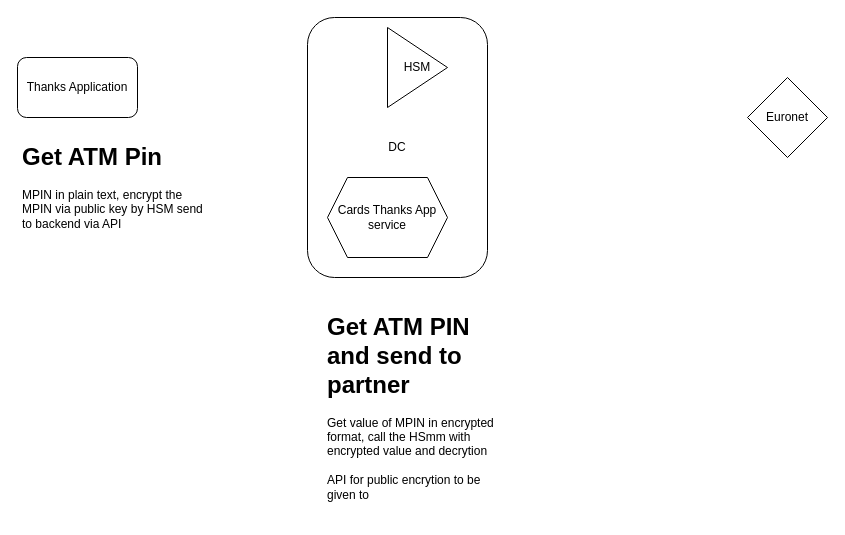
ashwiniadlakha/draw_io keeps this draw.io diagram as ZPK.drawio. Above is the earlier version. Source tidied: cells renumbered, new cells numbered last; positions are measured from the earlier drawing's top-left corner, leaving out a move shared by most shapes. Both pictures are drawn from the tidied source at 100%, with x=0, y=0 at pixel (17, 17).
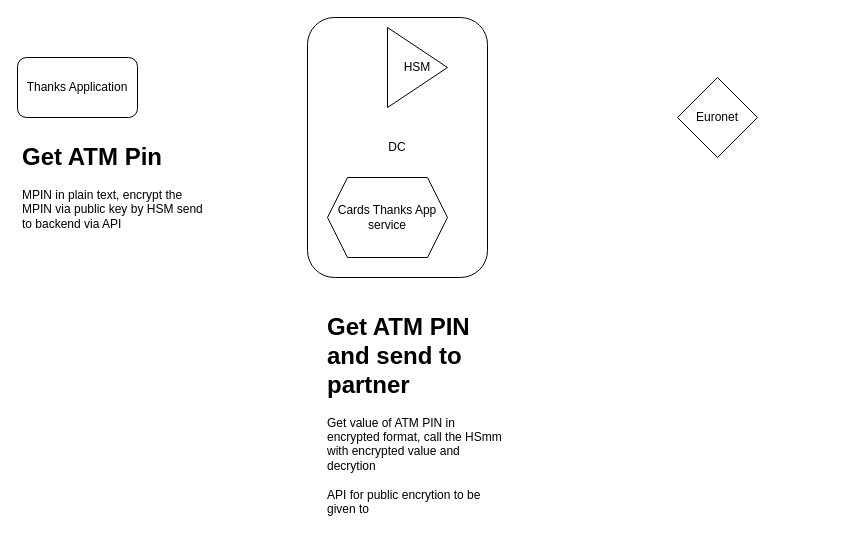
The same page after the edit.

The edit, as a diff of the source:
```diff
@@
 <mxGraphModel>
   <root>
     <mxCell id="0" />
     <mxCell id="1" parent="0" />
     <mxCell id="2" value="DC" style="rounded=1;whiteSpace=wrap;html=1;" parent="1" vertex="1">
       <mxGeometry x="290" width="180" height="260" as="geometry" />
     </mxCell>
     <mxCell id="3" value="HSM" style="triangle;whiteSpace=wrap;html=1;" parent="1" vertex="1">
       <mxGeometry x="370" y="10" width="60" height="80" as="geometry" />
     </mxCell>
     <mxCell id="4" value="Thanks Application" style="rounded=1;whiteSpace=wrap;html=1;" parent="1" vertex="1">
       <mxGeometry y="40" width="120" height="60" as="geometry" />
     </mxCell>
     <mxCell id="5" value="Euronet" style="rhombus;whiteSpace=wrap;html=1;" parent="1" vertex="1">
-      <mxGeometry x="730" y="60" width="80" height="80" as="geometry" />
+      <mxGeometry x="660" y="60" width="80" height="80" as="geometry" />
     </mxCell>
     <mxCell id="6" value="&lt;h1&gt;Get ATM Pin&lt;/h1&gt;&lt;div&gt;MPIN in plain text, encrypt the MPIN via public key by HSM send to backend via API&lt;/div&gt;" style="text;html=1;strokeColor=none;fillColor=none;spacing=5;spacingTop=-20;whiteSpace=wrap;overflow=hidden;rounded=0;" parent="1" vertex="1">
       <mxGeometry y="120" width="190" height="120" as="geometry" />
     </mxCell>
     <mxCell id="7" value="Cards Thanks App service" style="shape=hexagon;perimeter=hexagonPerimeter2;whiteSpace=wrap;html=1;fixedSize=1;" parent="1" vertex="1">
       <mxGeometry x="310" y="160" width="120" height="80" as="geometry" />
     </mxCell>
-    <mxCell id="8" value="&lt;h1&gt;Get ATM PIN and send to partner&lt;/h1&gt;&lt;div&gt;Get value of MPIN in encrypted format, call the HSmm with encrypted value and decrytion&lt;br&gt;&lt;br&gt;API for public encrytion to be given to&amp;nbsp;&lt;/div&gt;" style="text;html=1;strokeColor=none;fillColor=none;spacing=5;spacingTop=-20;whiteSpace=wrap;overflow=hidden;rounded=0;" parent="1" vertex="1">
+    <mxCell id="8" value="&lt;h1&gt;Get ATM PIN and send to partner&lt;/h1&gt;&lt;div&gt;Get value of ATM PIN in encrypted format, call the HSmm with encrypted value and decrytion&lt;br&gt;&lt;br&gt;API for public encrytion to be given to&amp;nbsp;&lt;/div&gt;" style="text;html=1;strokeColor=none;fillColor=none;spacing=5;spacingTop=-20;whiteSpace=wrap;overflow=hidden;rounded=0;" parent="1" vertex="1">
       <mxGeometry x="305" y="290" width="190" height="210" as="geometry" />
     </mxCell>
   </root>
 </mxGraphModel>
```
